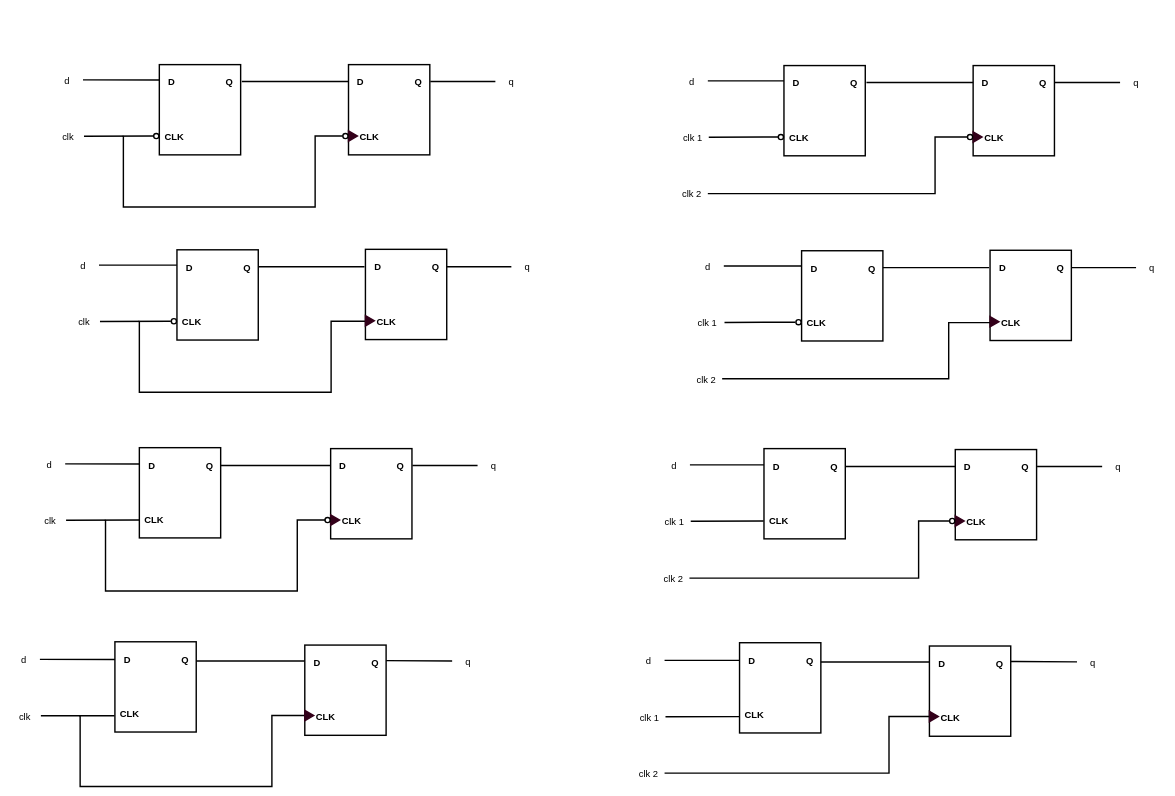
This is Latch-FF.drawio from T-Maharshi-Sanand-Yadav/draw.io, a draw.io file, before an edit. Source tidied: cells renumbered, new cells numbered last; positions are measured from the earlier drawing's top-left corner, leaving out a move shared by most shapes. Both pictures are drawn from the tidied source at 47%, with x=0, y=0 at pixel (8, 64).
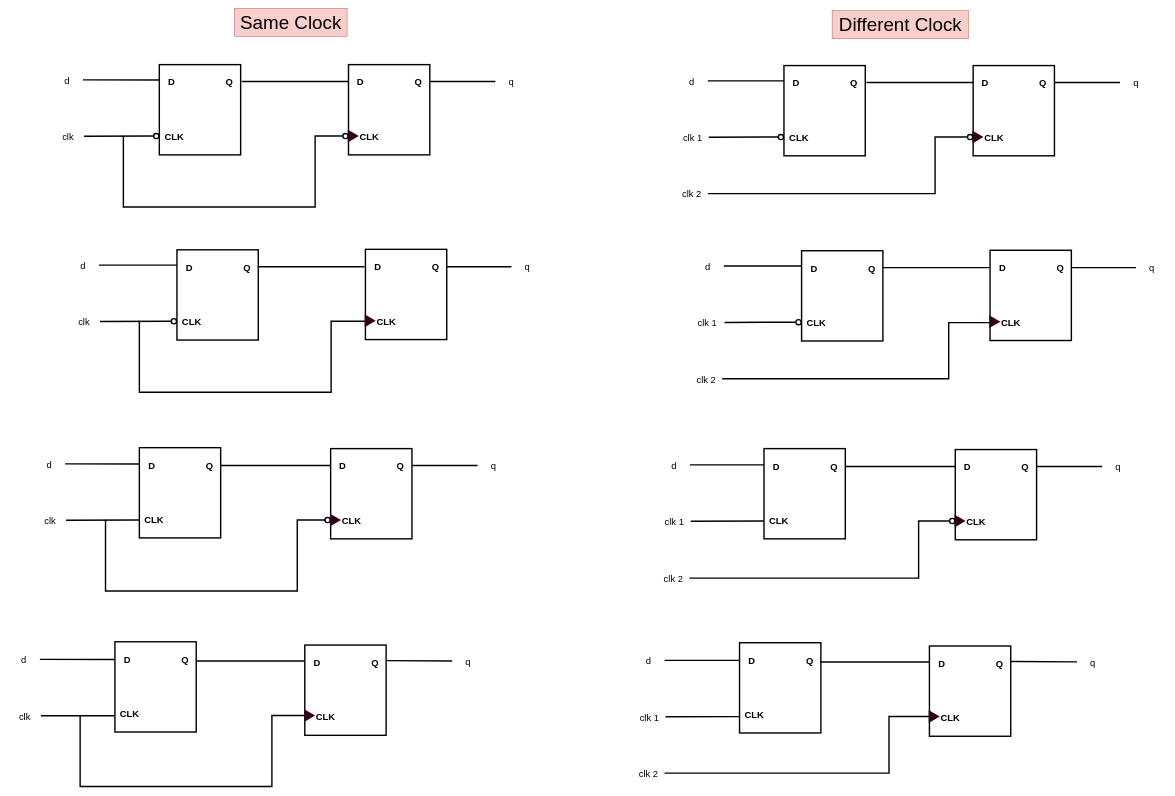
The same page after the edit.

Change to the diagram source:
```diff
@@
+    <mxCell id="150" value="&lt;font style=&quot;font-size: 40px;&quot;&gt;Same Clock&lt;/font&gt;" style="text;html=1;align=center;verticalAlign=middle;strokeColor=#b85450;fillColor=#f8cecc;" parent="1" vertex="1">
+      <mxGeometry x="481" y="-120" width="240" height="60" as="geometry" />
+    </mxCell>
+    <mxCell id="151" value="&lt;font style=&quot;font-size: 40px;&quot;&gt;Different Clock&lt;/font&gt;" style="text;html=1;align=center;verticalAlign=middle;strokeColor=#b85450;fillColor=#f8cecc;" parent="1" vertex="1">
+      <mxGeometry x="1753" y="-115" width="290" height="60" as="geometry" />
+    </mxCell>
```
